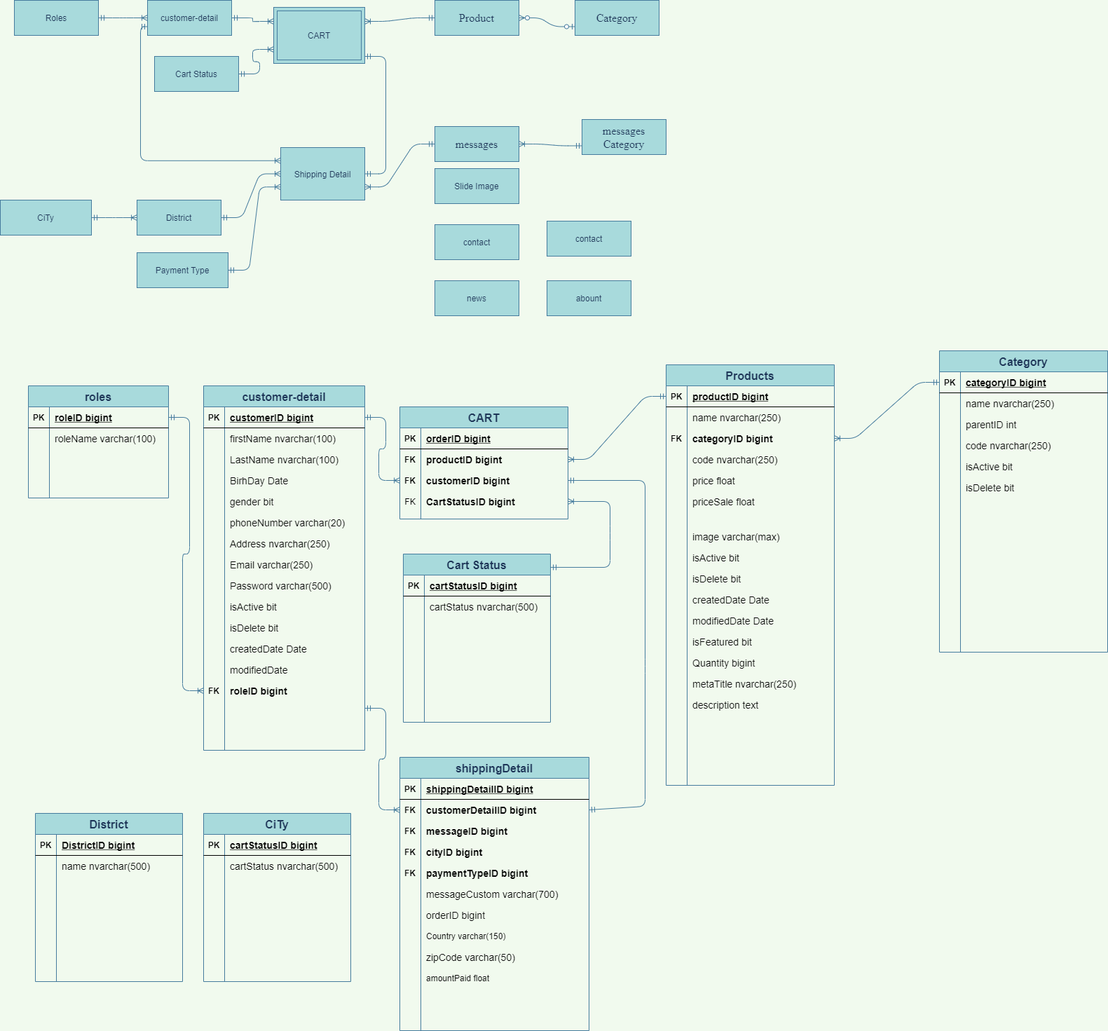
This is Untitled Diagram.png from maialino123/Eproject-SEM3, a draw.io export, as it was before one commit. Source tidied: cells renumbered, new cells last; positions are measured from the earlier drawing's top-left corner, leaving out a move shared by most shapes.
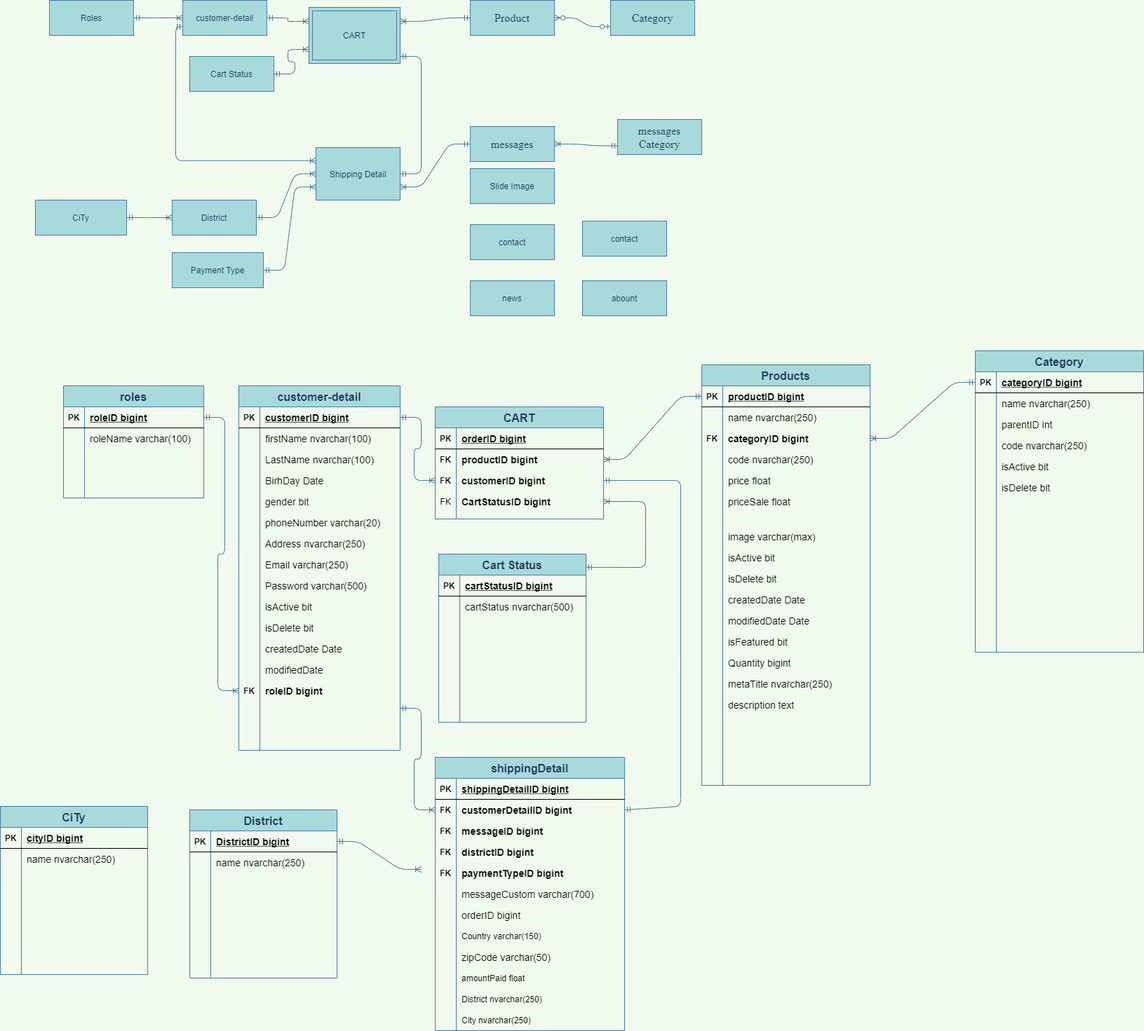
Later version of the same file.

What changed in the source:
```diff
@@ -631,7 +631,7 @@
     <mxCell id="208" value="FK" style="shape=partialRectangle;fillColor=none;top=0;left=0;bottom=0;right=0;overflow=hidden;fontStyle=1;" parent="207" vertex="1">
       <mxGeometry width="30" height="30" as="geometry" />
     </mxCell>
-    <mxCell id="209" value="cityID bigint" style="shape=partialRectangle;fillColor=none;top=0;left=0;bottom=0;right=0;align=left;spacingLeft=6;overflow=hidden;fontSize=14;fontStyle=1;" parent="207" vertex="1">
+    <mxCell id="209" value="districtID bigint" style="shape=partialRectangle;fillColor=none;top=0;left=0;bottom=0;right=0;align=left;spacingLeft=6;overflow=hidden;fontSize=14;fontStyle=1;" parent="207" vertex="1">
       <mxGeometry x="30" width="240" height="30" as="geometry" />
     </mxCell>
     <mxCell id="210" style="shape=partialRectangle;fillColor=none;top=0;left=0;bottom=0;right=0;" parent="197" vertex="1">
@@ -694,7 +694,7 @@
     <mxCell id="229" style="shape=partialRectangle;fillColor=none;top=0;left=0;bottom=0;right=0;overflow=hidden;" parent="228" vertex="1">
       <mxGeometry width="30" height="30" as="geometry" />
     </mxCell>
-    <mxCell id="230" style="shape=partialRectangle;fillColor=none;top=0;left=0;bottom=0;right=0;align=left;spacingLeft=6;overflow=hidden;" parent="228" vertex="1">
+    <mxCell id="230" value="District nvarchar(250)" style="shape=partialRectangle;fillColor=none;top=0;left=0;bottom=0;right=0;align=left;spacingLeft=6;overflow=hidden;" parent="228" vertex="1">
       <mxGeometry x="30" width="240" height="30" as="geometry" />
     </mxCell>
     <mxCell id="231" style="shape=partialRectangle;fillColor=none;top=0;left=0;bottom=0;right=0;" parent="197" vertex="1">
@@ -703,7 +703,7 @@
     <mxCell id="232" style="shape=partialRectangle;fillColor=none;top=0;left=0;bottom=0;right=0;overflow=hidden;" parent="231" vertex="1">
       <mxGeometry width="30" height="30" as="geometry" />
     </mxCell>
-    <mxCell id="233" style="shape=partialRectangle;fillColor=none;top=0;left=0;bottom=0;right=0;align=left;spacingLeft=6;overflow=hidden;" parent="231" vertex="1">
+    <mxCell id="233" value="City nvarchar(250)" style="shape=partialRectangle;fillColor=none;top=0;left=0;bottom=0;right=0;align=left;spacingLeft=6;overflow=hidden;" parent="231" vertex="1">
       <mxGeometry x="30" width="240" height="30" as="geometry" />
     </mxCell>
     <mxCell id="234" style="fontSize=12;html=1;endArrow=ERmandOne;startArrow=ERmandOne;fontColor=#1D3557;strokeColor=#457B9D;fillColor=#A8DADC;entryX=1;entryY=0.5;entryDx=0;entryDy=0;exitX=1;exitY=0.5;exitDx=0;exitDy=0;" parent="1" edge="1" source="201" target="116">
@@ -721,7 +721,7 @@
       </mxGeometry>
     </mxCell>
     <mxCell id="236" value="District" style="shape=table;startSize=30;rowLines=0;fontStyle=1;align=center;rounded=0;sketch=0;fontColor=#1D3557;strokeColor=#457B9D;fillColor=#A8DADC;fontSize=16;" parent="1" vertex="1">
-      <mxGeometry x="50" y="1160" width="210" height="240" as="geometry" />
+      <mxGeometry x="220" y="1155" width="210" height="240" as="geometry" />
     </mxCell>
     <mxCell id="237" style="shape=partialRectangle;fillColor=none;top=0;left=0;bottom=1;right=0;points=[[0,0.5],[1,0.5]];portConstraint=eastwest;" parent="236" vertex="1">
       <mxGeometry y="30" width="210" height="30" as="geometry" />
@@ -738,7 +738,7 @@
     <mxCell id="241" style="shape=partialRectangle;fillColor=none;top=0;left=0;bottom=0;right=0;overflow=hidden;" parent="240" vertex="1">
       <mxGeometry width="30" height="30" as="geometry" />
     </mxCell>
-    <mxCell id="242" value="name nvarchar(500)" style="shape=partialRectangle;fillColor=none;top=0;left=0;bottom=0;right=0;align=left;spacingLeft=6;overflow=hidden;fontSize=14;" parent="240" vertex="1">
+    <mxCell id="242" value="name nvarchar(250)" style="shape=partialRectangle;fillColor=none;top=0;left=0;bottom=0;right=0;align=left;spacingLeft=6;overflow=hidden;fontSize=14;" parent="240" vertex="1">
       <mxGeometry x="30" width="180" height="30" as="geometry" />
     </mxCell>
     <mxCell id="243" style="shape=partialRectangle;fillColor=none;top=0;left=0;bottom=0;right=0;" parent="236" vertex="1">
@@ -787,7 +787,7 @@
       <mxGeometry x="30" width="180" height="30" as="geometry" />
     </mxCell>
     <mxCell id="258" value="CiTy" style="shape=table;startSize=30;rowLines=0;fontStyle=1;align=center;rounded=0;sketch=0;fontColor=#1D3557;strokeColor=#457B9D;fillColor=#A8DADC;fontSize=16;" parent="1" vertex="1">
-      <mxGeometry x="290" y="1160" width="210" height="240" as="geometry" />
+      <mxGeometry x="-50" y="1150" width="210" height="240" as="geometry" />
     </mxCell>
     <mxCell id="259" style="shape=partialRectangle;fillColor=none;top=0;left=0;bottom=1;right=0;" parent="258" vertex="1">
       <mxGeometry y="30" width="210" height="30" as="geometry" />
@@ -795,7 +795,7 @@
     <mxCell id="260" value="PK" style="shape=partialRectangle;fillColor=none;top=0;left=0;bottom=0;right=0;fontStyle=1;overflow=hidden;" parent="259" vertex="1">
       <mxGeometry width="30" height="30" as="geometry" />
     </mxCell>
-    <mxCell id="261" value="cartStatusID bigint" style="shape=partialRectangle;fillColor=none;top=0;left=0;bottom=0;right=0;align=left;spacingLeft=6;fontStyle=5;overflow=hidden;fontSize=14;" parent="259" vertex="1">
+    <mxCell id="261" value="cityID bigint" style="shape=partialRectangle;fillColor=none;top=0;left=0;bottom=0;right=0;align=left;spacingLeft=6;fontStyle=5;overflow=hidden;fontSize=14;" parent="259" vertex="1">
       <mxGeometry x="30" width="180" height="30" as="geometry" />
     </mxCell>
     <mxCell id="262" style="shape=partialRectangle;fillColor=none;top=0;left=0;bottom=0;right=0;" parent="258" vertex="1">
@@ -804,7 +804,7 @@
     <mxCell id="263" style="shape=partialRectangle;fillColor=none;top=0;left=0;bottom=0;right=0;overflow=hidden;" parent="262" vertex="1">
       <mxGeometry width="30" height="30" as="geometry" />
     </mxCell>
-    <mxCell id="264" value="cartStatus nvarchar(500)" style="shape=partialRectangle;fillColor=none;top=0;left=0;bottom=0;right=0;align=left;spacingLeft=6;overflow=hidden;fontSize=14;" parent="262" vertex="1">
+    <mxCell id="264" value="name nvarchar(250)" style="shape=partialRectangle;fillColor=none;top=0;left=0;bottom=0;right=0;align=left;spacingLeft=6;overflow=hidden;fontSize=14;" parent="262" vertex="1">
       <mxGeometry x="30" width="180" height="30" as="geometry" />
     </mxCell>
     <mxCell id="265" style="shape=partialRectangle;fillColor=none;top=0;left=0;bottom=0;right=0;" parent="258" vertex="1">
@@ -852,5 +852,10 @@
     <mxCell id="279" style="shape=partialRectangle;fillColor=none;top=0;left=0;bottom=0;right=0;align=left;spacingLeft=6;overflow=hidden;" parent="277" vertex="1">
       <mxGeometry x="30" width="180" height="30" as="geometry" />
     </mxCell>
+    <mxCell id="280" style="edgeStyle=entityRelationEdgeStyle;fontSize=12;html=1;endArrow=ERoneToMany;startArrow=ERmandOne;fontColor=#1D3557;strokeColor=#457B9D;fillColor=#A8DADC;labelBackgroundColor=#F1FAEE;exitX=1;exitY=0.5;exitDx=0;exitDy=0;" parent="1" edge="1" source="237">
+      <mxGeometry relative="1" as="geometry">
+        <mxPoint x="550" y="1240" as="targetPoint" />
+      </mxGeometry>
+    </mxCell>
   </root>
 </mxGraphModel>
```
